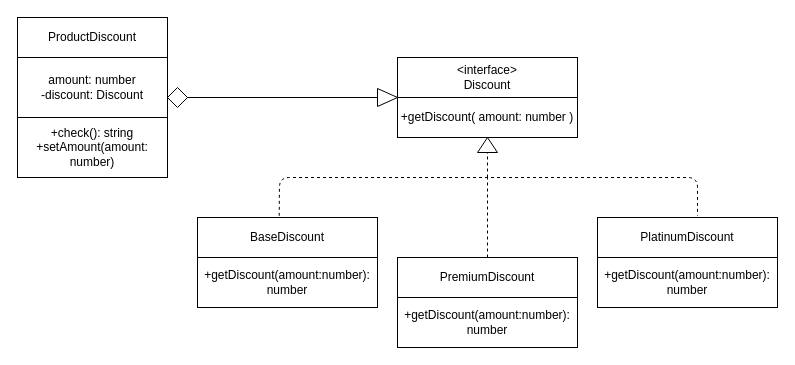
Above: 3_behaviour/strategy/strategy.drawio in plnnsimon/patterns (draw.io), before the change. Source tidied: cells renumbered, new cells numbered last; positions are measured from the earlier drawing's top-left corner, leaving out a move shared by most shapes. Both pictures are drawn from the tidied source at 100%, with x=0, y=0 at pixel (17, 17).
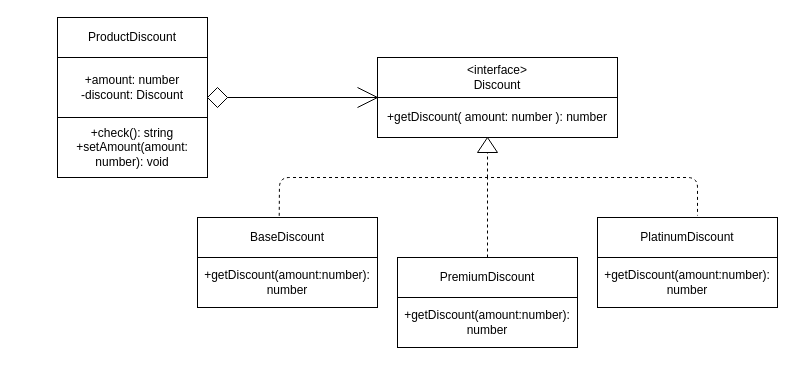
The same diagram, later.

What changed in the source:
```diff
@@
     <mxCell id="2" value="&amp;lt;interface&amp;gt;&lt;br&gt;Discount" style="rounded=0;whiteSpace=wrap;html=1;" parent="1" vertex="1">
-      <mxGeometry x="380" y="40" width="180" height="40" as="geometry" />
+      <mxGeometry x="360" y="40" width="240" height="40" as="geometry" />
     </mxCell>
-    <mxCell id="3" value="+getDiscount( amount: number )" style="rounded=0;whiteSpace=wrap;html=1;" parent="1" vertex="1">
-      <mxGeometry x="380" y="80" width="180" height="40" as="geometry" />
+    <mxCell id="3" value="+getDiscount( amount: number ): number" style="rounded=0;whiteSpace=wrap;html=1;" parent="1" vertex="1">
+      <mxGeometry x="360" y="80" width="240" height="40" as="geometry" />
     </mxCell>
@@
     <mxCell id="14" value="ProductDiscount" style="rounded=0;whiteSpace=wrap;html=1;" parent="1" vertex="1">
-      <mxGeometry width="150" height="40" as="geometry" />
+      <mxGeometry x="40" width="150" height="40" as="geometry" />
     </mxCell>
-    <mxCell id="15" value="amount: number&lt;br&gt;-discount: Discount" style="rounded=0;whiteSpace=wrap;html=1;" parent="1" vertex="1">
-      <mxGeometry y="40" width="150" height="60" as="geometry" />
+    <mxCell id="15" value="+amount: number&lt;br&gt;-discount: Discount" style="rounded=0;whiteSpace=wrap;html=1;" parent="1" vertex="1">
+      <mxGeometry x="40" y="40" width="150" height="60" as="geometry" />
     </mxCell>
-    <mxCell id="16" value="+check(): string&lt;br&gt;+setAmount(amount: number)" style="rounded=0;whiteSpace=wrap;html=1;" parent="1" vertex="1">
-      <mxGeometry y="100" width="150" height="60" as="geometry" />
+    <mxCell id="16" value="+check(): string&lt;br&gt;+setAmount(amount: number): void" style="rounded=0;whiteSpace=wrap;html=1;" parent="1" vertex="1">
+      <mxGeometry x="40" y="100" width="150" height="60" as="geometry" />
     </mxCell>
     <mxCell id="17" style="rhombus;whiteSpace=wrap;html=1;" parent="1" vertex="1">
-      <mxGeometry x="150" y="70" width="20" height="20" as="geometry" />
+      <mxGeometry x="190" y="70" width="20" height="20" as="geometry" />
     </mxCell>
-    <mxCell id="18" style="endArrow=none;html=1;" parent="1" edge="1">
+    <mxCell id="18" style="endArrow=none;html=1;entryX=0;entryY=0;entryDx=0;entryDy=0;" parent="1" edge="1" target="3">
       <mxGeometry relative="1" as="geometry">
-        <mxPoint x="170" y="80" as="sourcePoint" />
-        <mxPoint x="360" y="80" as="targetPoint" />
+        <mxPoint x="210" y="80" as="sourcePoint" />
       </mxGeometry>
     </mxCell>
-    <mxCell id="19" style="triangle;whiteSpace=wrap;html=1;" parent="1" vertex="1">
-      <mxGeometry x="360" y="71" width="20" height="18" as="geometry" />
+    <mxCell id="19" style="endArrow=none;html=1;" parent="1" edge="1">
+      <mxGeometry relative="1" as="geometry">
+        <mxPoint x="340" y="90" as="sourcePoint" />
+        <mxPoint x="360" y="80" as="targetPoint" />
+      </mxGeometry>
     </mxCell>
+    <mxCell id="20" style="endArrow=none;html=1;entryX=0;entryY=0;entryDx=0;entryDy=0;" parent="1" edge="1" target="3">
+      <mxGeometry relative="1" as="geometry">
+        <mxPoint x="340" y="70" as="sourcePoint" />
+      </mxGeometry>
+    </mxCell>
```
